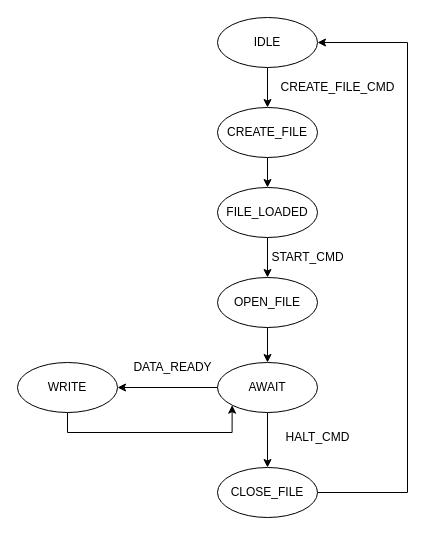
Before: docs/state_machine.drawio in MArndt26/PNG_Datalogger, a draw.io diagram. Source tidied: cells renumbered, new cells numbered last; positions are measured from the earlier drawing's top-left corner, leaving out a move shared by most shapes. Both pictures are drawn from the tidied source at 100%, with x=0, y=0 at pixel (17, 17).
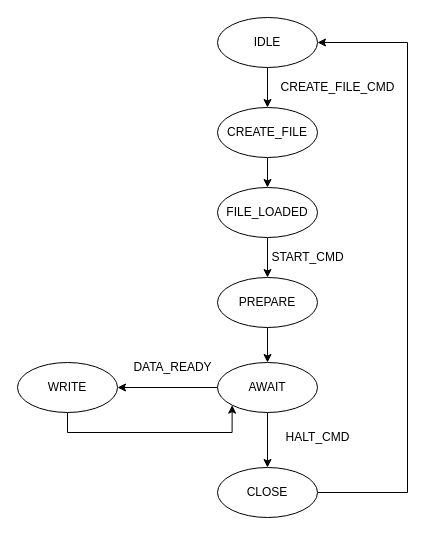
The same diagram, later.

Commit message (it also covers changes not shown here):
initial run at state machine

What changed in the source:
```diff
@@
-    <mxCell id="8" value="OPEN_FILE" style="ellipse;whiteSpace=wrap;html=1;" parent="1" vertex="1">
+    <mxCell id="8" value="PREPARE" style="ellipse;whiteSpace=wrap;html=1;" parent="1" vertex="1">
       <mxGeometry x="200" y="260" width="100" height="50" as="geometry" />
     </mxCell>
@@
-    <mxCell id="14" value="CLOSE_FILE" style="ellipse;whiteSpace=wrap;html=1;" parent="1" vertex="1">
+    <mxCell id="14" value="CLOSE" style="ellipse;whiteSpace=wrap;html=1;" parent="1" vertex="1">
       <mxGeometry x="200" y="450" width="100" height="50" as="geometry" />
     </mxCell>
```
